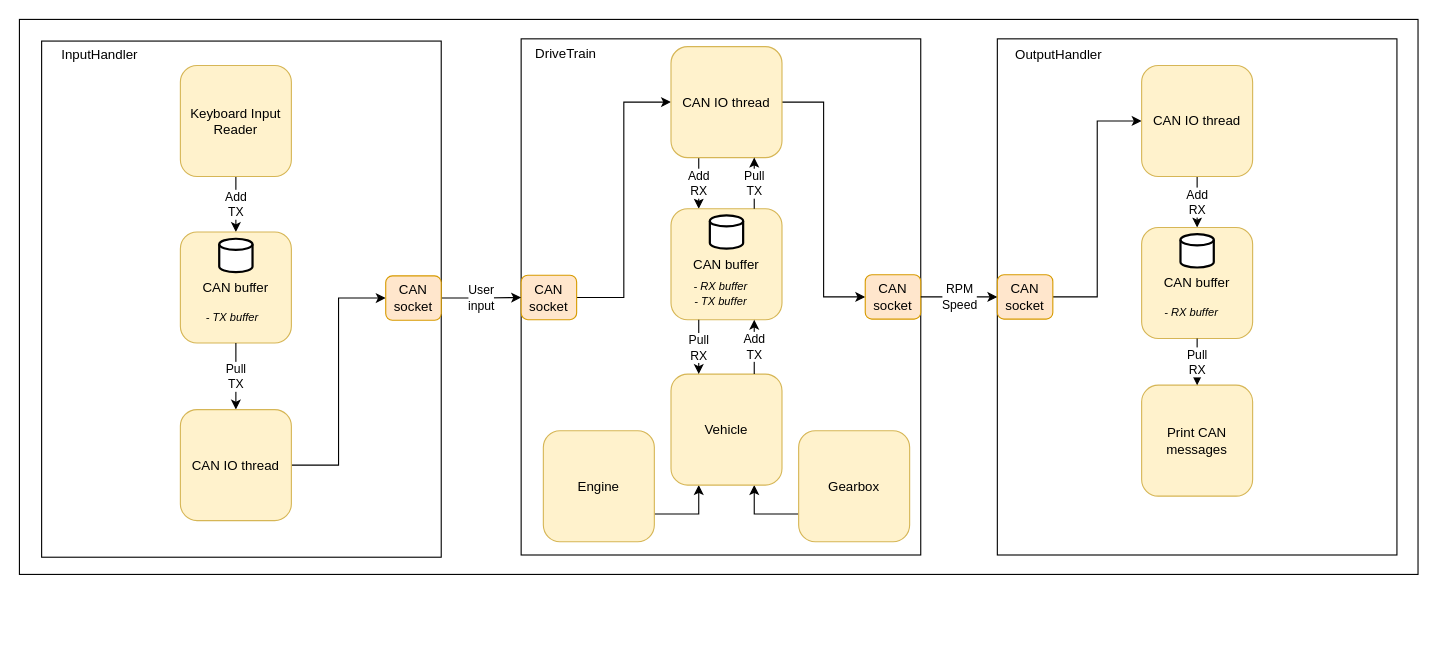
The draw.io diagram project/system_overview/component_diagram_20201119.drawio in rickardljung/bootcamp_course, before the edit. Source tidied: cells renumbered, new cells numbered last; positions are measured from the earlier drawing's top-left corner, leaving out a move shared by most shapes. Both pictures are drawn from the tidied source at 111%, with x=0, y=0 at pixel (19, 19).
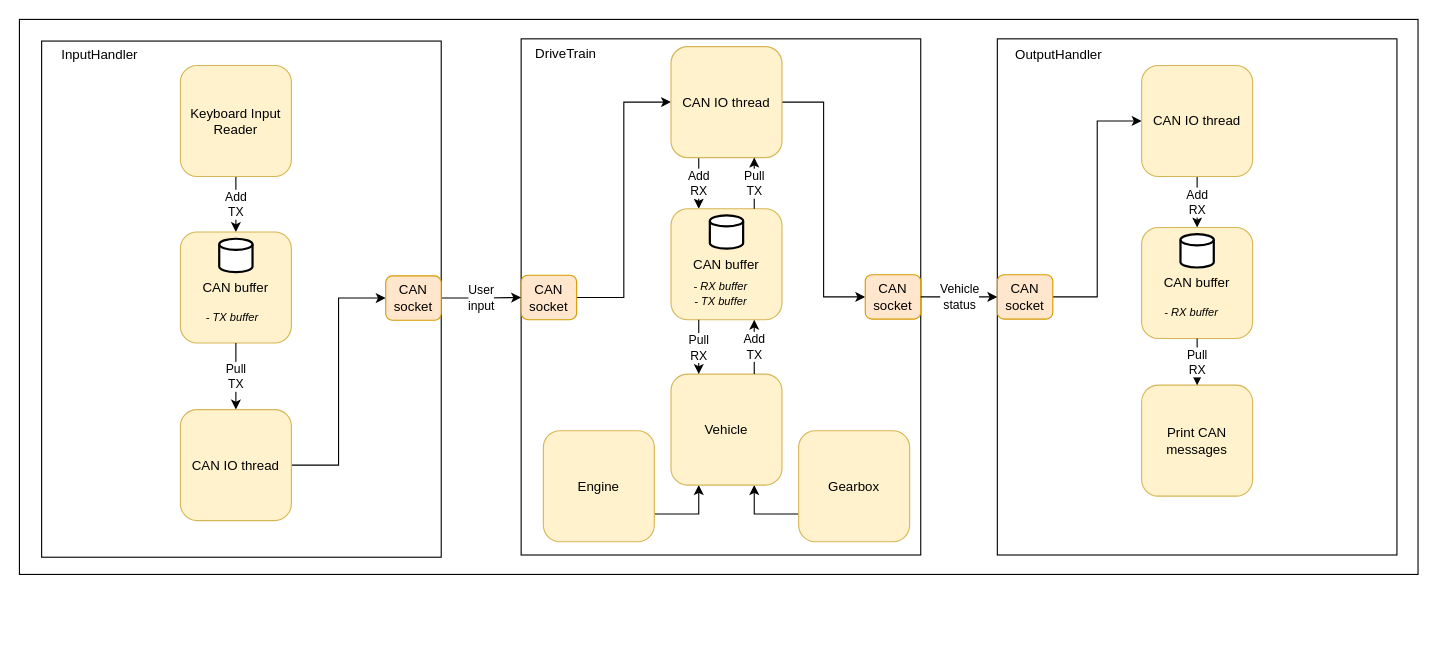
The same page after the edit.

The change refers to these unchanged cells:
```xml
<mxCell id="5" style="rounded=0;whiteSpace=wrap;html=1;" parent="4" vertex="1">
  <mxGeometry x="39" y="7.5" width="360" height="465" as="geometry" />
</mxCell>
<mxCell id="26" style="rounded=0;whiteSpace=wrap;html=1;" parent="1" vertex="1">
  <mxGeometry x="881" y="17.5" width="360" height="465" as="geometry" />
</mxCell>
```

The edit, as a diff of the source:
```diff
@@
-    <mxCell id="25" value="&lt;div&gt;RPM&lt;/div&gt;&lt;div&gt;Speed&lt;br&gt;&lt;/div&gt;" style="edgeStyle=orthogonalEdgeStyle;rounded=0;jettySize=auto;html=1;exitX=1;exitY=0.5;exitDx=0;exitDy=0;entryX=0;entryY=0.5;entryDx=0;entryDy=0;" parent="1" edge="1" source="5" target="26">
+    <mxCell id="25" value="&lt;div&gt;Vehicle&lt;/div&gt;&lt;div&gt;status&lt;br&gt;&lt;/div&gt;" style="edgeStyle=orthogonalEdgeStyle;rounded=0;jettySize=auto;html=1;exitX=1;exitY=0.5;exitDx=0;exitDy=0;entryX=0;entryY=0.5;entryDx=0;entryDy=0;" parent="1" edge="1" source="5" target="26">
       <mxGeometry relative="1" as="geometry" />
     </mxCell>
```
